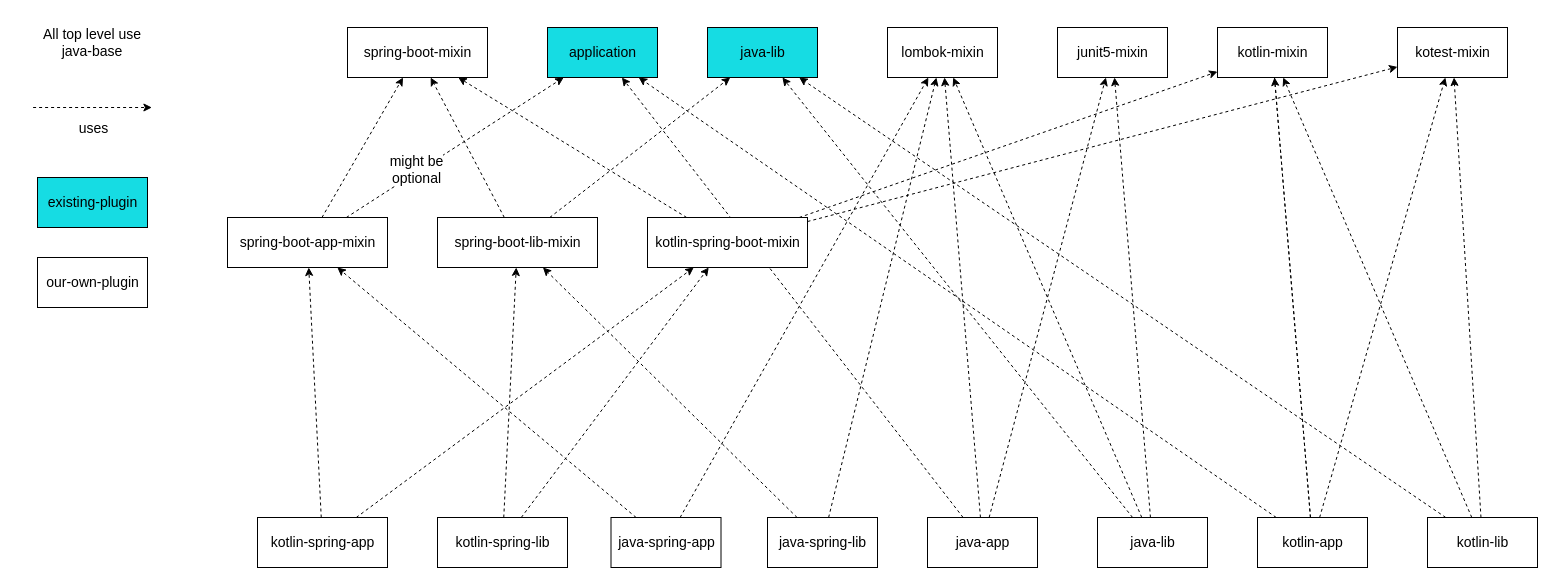
Above: gradle/plugins/gradle plugins structure.drawio in CXwudi/modern-gradle-template (draw.io), before the change. Source tidied: cells renumbered, new cells numbered last; positions are measured from the earlier drawing's top-left corner, leaving out a move shared by most shapes. Both pictures are drawn from the tidied source at 100%, with x=0, y=0 at pixel (33, 17).
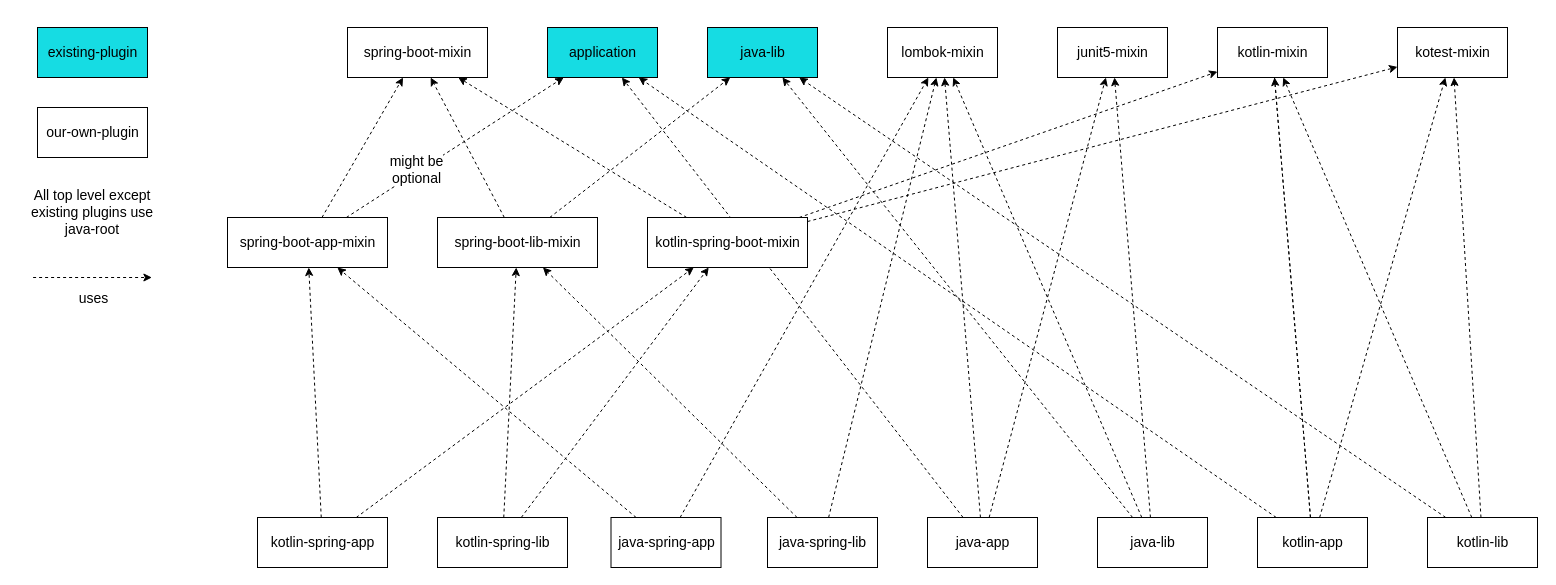
Above is the later version.

The edit, as a diff of the source:
```diff
@@
-    <mxCell id="15" value="All top level use java-base" style="text;html=1;strokeColor=none;fillColor=none;align=center;verticalAlign=middle;whiteSpace=wrap;rounded=0;fontSize=14;" parent="1" vertex="1">
-      <mxGeometry x="4" width="110" height="50" as="geometry" />
+    <mxCell id="15" value="All top level except existing plugins use java-root" style="text;html=1;strokeColor=none;fillColor=none;align=center;verticalAlign=middle;whiteSpace=wrap;rounded=0;fontSize=14;" parent="1" vertex="1">
+      <mxGeometry x="-16" y="170" width="150" height="50" as="geometry" />
     </mxCell>
@@
     <mxCell id="49" style="rounded=0;orthogonalLoop=1;jettySize=auto;html=1;dashed=1;fontSize=14;" parent="1" edge="1">
       <mxGeometry relative="1" as="geometry">
-        <mxPoint x="-0.4" y="90" as="sourcePoint" />
-        <mxPoint x="118.4" y="90" as="targetPoint" />
+        <mxPoint x="-0.4" y="260" as="sourcePoint" />
+        <mxPoint x="118.4" y="260" as="targetPoint" />
       </mxGeometry>
     </mxCell>
@@
     <mxCell id="52" value="existing-plugin" style="html=1;fontSize=14;fillColor=#16DCE3;" parent="1" vertex="1">
-      <mxGeometry x="4" y="160" width="110" height="50" as="geometry" />
+      <mxGeometry x="4" y="10" width="110" height="50" as="geometry" />
     </mxCell>
     <mxCell id="53" value="our-own-plugin" style="html=1;fontSize=14;" parent="1" vertex="1">
-      <mxGeometry x="4" y="240" width="110" height="50" as="geometry" />
+      <mxGeometry x="4" y="90" width="110" height="50" as="geometry" />
     </mxCell>
```
